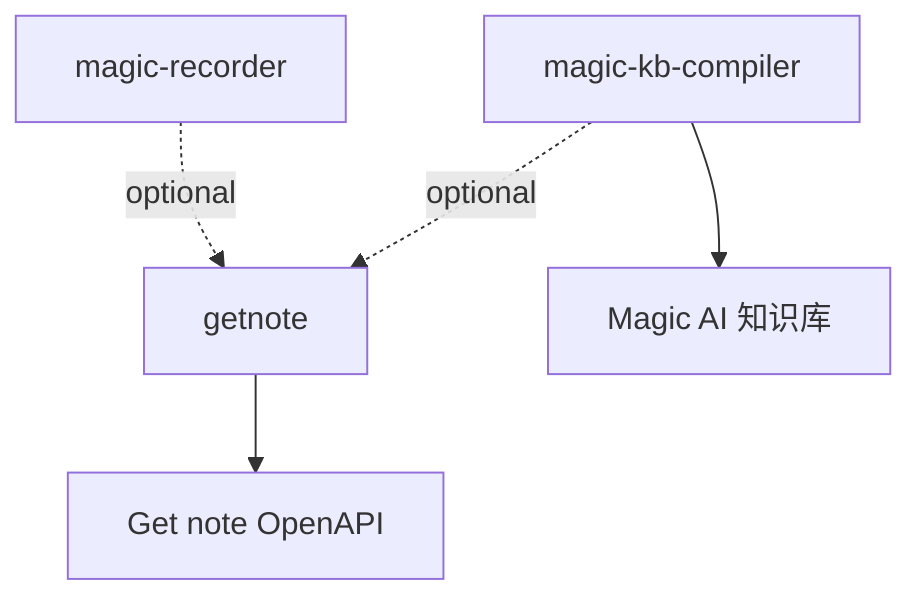
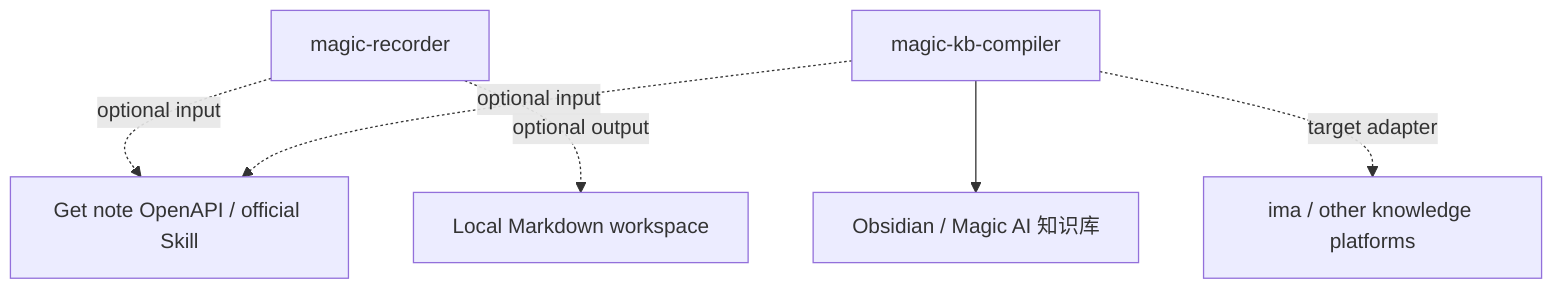
flowchart TD
-   getnote[getnote]
  recorder[magic-recorder]
  compiler[magic-kb-compiler]
-   api[Get note OpenAPI]
-   kb[Magic AI 知识库]
+   getnote[Get note OpenAPI / official Skill]
+   obsidian[Obsidian / Magic AI 知识库]
+   ima[ima / other knowledge platforms]
+   markdown[Local Markdown workspace]

-   recorder -. optional .-> getnote
-   compiler -. optional .-> getnote
-   getnote --> api
-   compiler --> kb
- 
+   recorder -. optional input .-> getnote
+   recorder -. optional output .-> markdown
+   compiler -. optional input .-> getnote
+   compiler --> obsidian
+   compiler -. target adapter .-> ima
